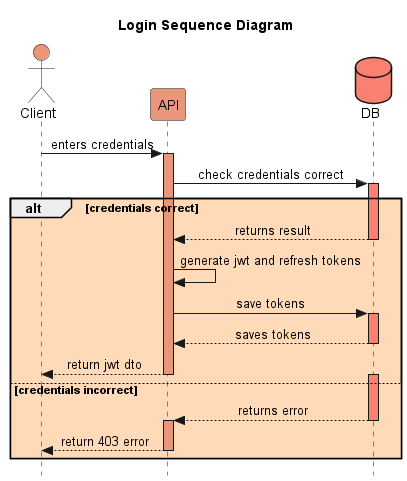
Before: images/Login diagram.png, a diagram exported from PlantUML (Arquisoft/wiq_en2b).
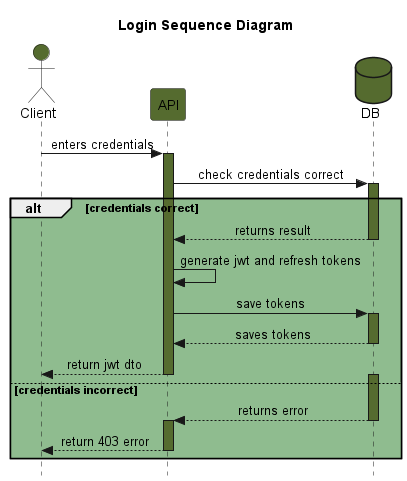
After the change.

The edit, as a diff of the source:
```diff
@@ -1,30 +1,30 @@
 @startuml login
 title Login Sequence Diagram
-actor Client #darksalmon
-participant API #darksalmon
-database DB #salmon
+actor Client #darkolivegreen
+participant API #darkolivegreen
+database DB #darkolivegreen
 skinparam Style strictuml
 skinparam SequenceMessageAlignment center
 
 Client -> API : enters credentials
-activate API #darksalmon
+activate API #darkolivegreen
 API -> DB    : check credentials correct
-alt #PeachPuff credentials correct
-    activate DB #salmon
+alt #darkseagreen credentials correct
+    activate DB #darkolivegreen
     DB --> API     : returns result
     deactivate DB
     API -> API : generate jwt and refresh tokens
     API -> DB    : save tokens
-    activate DB #salmon
+    activate DB #darkolivegreen
     DB --> API     : saves tokens
     deactivate DB
     API --> Client : return jwt dto
     deactivate API
 else credentials incorrect
-    activate DB #salmon
+    activate DB #darkolivegreen
     DB --> API     : returns error
     deactivate DB
-    activate API #darksalmon
+    activate API #darkolivegreen
     API --> Client : return 403 error
     deactivate API
 end
```
